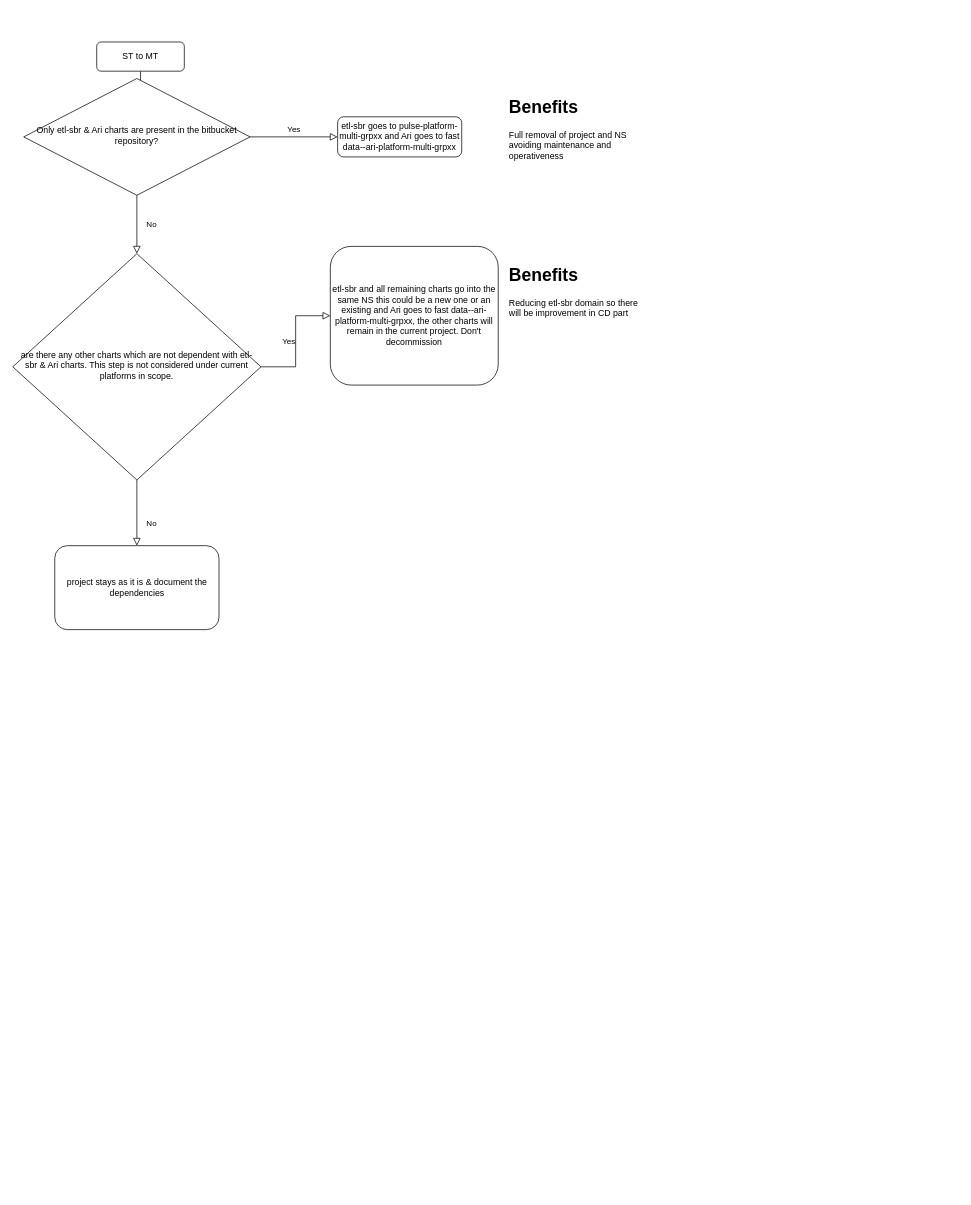
The draw.io diagram Diagrama sin título.drawio in lgarzon2304/flatris, before the edit. Source tidied: cells renumbered, new cells numbered last; positions are measured from the earlier drawing's top-left corner, leaving out a move shared by most shapes. Both pictures are drawn from the tidied source at 73%, with x=0, y=0 at pixel (12, 42).
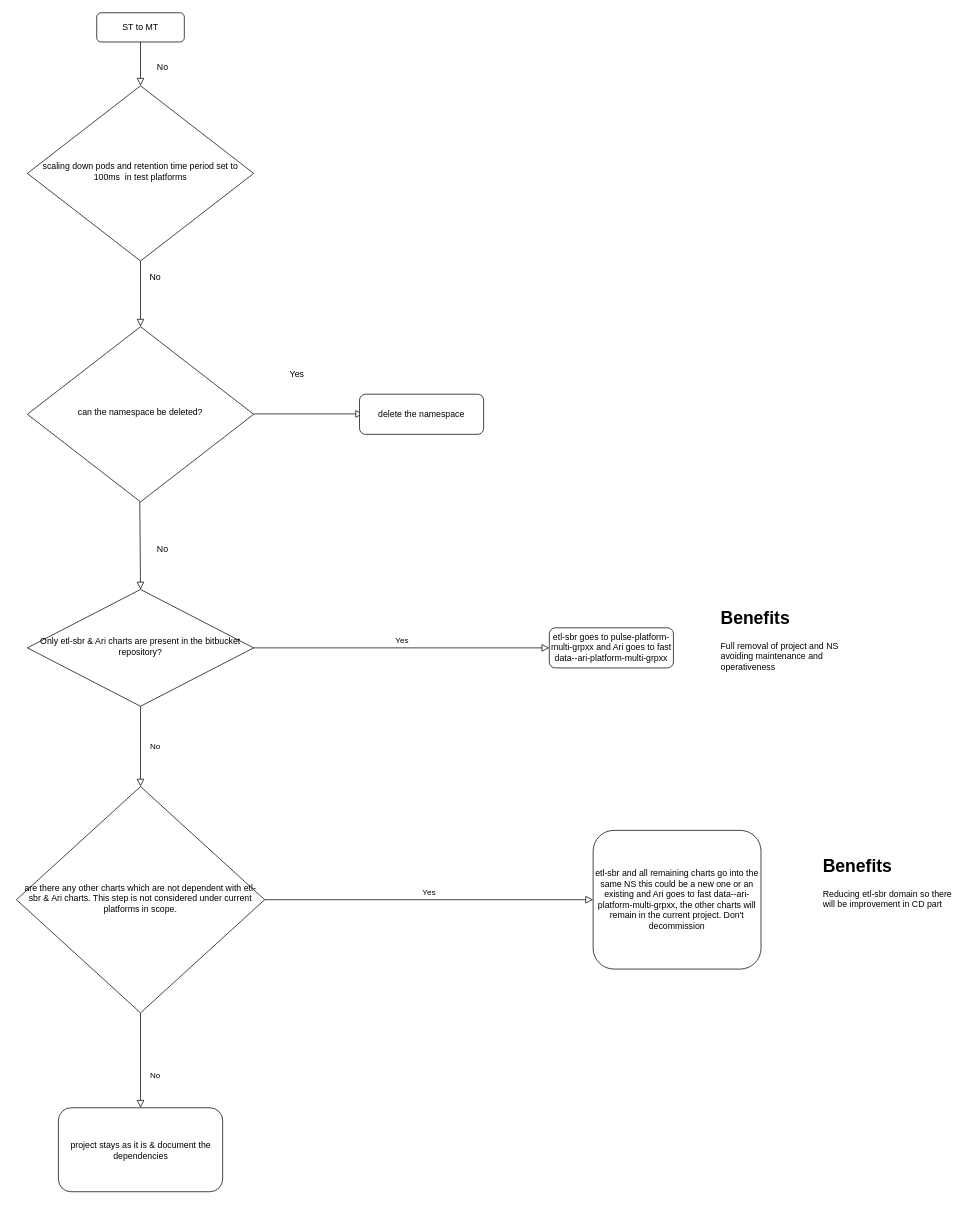
The same diagram, later.

Change to the diagram source:
```diff
@@
-    <mxCell id="2" style="rounded=0;html=1;jettySize=auto;fontSize=11;endArrow=block;endFill=0;endSize=8;strokeWidth=1;shadow=0;labelBackgroundColor=none;edgeStyle=orthogonalEdgeStyle;" parent="1" edge="1" source="3" target="6">
+    <mxCell id="2" style="rounded=0;html=1;jettySize=auto;fontSize=11;endArrow=block;endFill=0;endSize=8;strokeWidth=1;shadow=0;labelBackgroundColor=none;edgeStyle=orthogonalEdgeStyle;" parent="1" edge="1" source="3" target="15">
       <mxGeometry relative="1" as="geometry" />
     </mxCell>
     <mxCell id="3" value="ST to MT" style="rounded=1;whiteSpace=wrap;html=1;fontSize=12;glass=0;strokeWidth=1;shadow=0;" parent="1" vertex="1">
-      <mxGeometry x="115" width="120" height="40" as="geometry" />
+      <mxGeometry x="115" y="-40" width="120" height="40" as="geometry" />
     </mxCell>
@@
     <mxCell id="6" value="&lt;span style=&quot;text-align: start;&quot;&gt;&lt;/span&gt;&lt;span style=&quot;text-align: start;&quot;&gt;&lt;/span&gt;&lt;span style=&quot;text-align: start;&quot;&gt;&lt;/span&gt;Only etl-sbr &amp;amp; Ari charts are present in the bitbucket repository?" style="rhombus;whiteSpace=wrap;html=1;shadow=0;fontFamily=Helvetica;fontSize=12;align=center;strokeWidth=1;spacing=6;spacingTop=-4;" parent="1" vertex="1">
-      <mxGeometry x="15" y="50" width="310" height="160" as="geometry" />
+      <mxGeometry x="20" y="750" width="310" height="160" as="geometry" />
     </mxCell>
     <mxCell id="7" value="etl-sbr goes to pulse-platform-multi-grpxx and Ari goes to fast data--ari-platform-multi-grpxx" style="rounded=1;whiteSpace=wrap;html=1;fontSize=12;glass=0;strokeWidth=1;shadow=0;" parent="1" vertex="1">
-      <mxGeometry x="445" y="102.5" width="170" height="55" as="geometry" />
+      <mxGeometry x="735" y="802.5" width="170" height="55" as="geometry" />
     </mxCell>
@@
     <mxCell id="10" value="&lt;span style=&quot;text-align: start;&quot;&gt;&lt;/span&gt;are there any other charts which are not dependent with etl-sbr &amp;amp; Ari charts. This step is not considered under current platforms in scope." style="rhombus;whiteSpace=wrap;html=1;shadow=0;fontFamily=Helvetica;fontSize=12;align=center;strokeWidth=1;spacing=6;spacingTop=-4;" parent="1" vertex="1">
-      <mxGeometry y="290" width="340" height="310" as="geometry" />
+      <mxGeometry x="5" y="1020" width="340" height="310" as="geometry" />
     </mxCell>
     <mxCell id="11" value="project stays as it is &amp;amp; document the dependencies" style="rounded=1;whiteSpace=wrap;html=1;fontSize=12;glass=0;strokeWidth=1;shadow=0;" parent="1" vertex="1">
-      <mxGeometry x="57.5" y="690" width="225" height="115" as="geometry" />
+      <mxGeometry x="62.5" y="1460" width="225" height="115" as="geometry" />
     </mxCell>
     <mxCell id="12" value="etl-sbr and all remaining charts go into the same NS this could be a new one or an existing&amp;nbsp;and Ari goes to fast data--ari-platform-multi-grpxx, the other charts will remain in the current project. Don't decommission" style="rounded=1;whiteSpace=wrap;html=1;fontSize=12;glass=0;strokeWidth=1;shadow=0;" parent="1" vertex="1">
-      <mxGeometry x="435" y="280" width="230" height="190" as="geometry" />
+      <mxGeometry x="795" y="1080" width="230" height="190" as="geometry" />
     </mxCell>
     <mxCell id="13" value="&lt;h1&gt;Benefits&lt;span style=&quot;font-weight: 400;&quot;&gt;&lt;/span&gt;&lt;/h1&gt;&lt;div&gt;Full removal of project and NS avoiding maintenance and operativeness&lt;/div&gt;" style="text;html=1;strokeColor=none;fillColor=none;spacing=5;spacingTop=-20;whiteSpace=wrap;overflow=hidden;rounded=0;" parent="1" vertex="1">
-      <mxGeometry x="675" y="70" width="190" height="120" as="geometry" />
+      <mxGeometry x="965" y="770" width="190" height="120" as="geometry" />
     </mxCell>
     <mxCell id="14" value="&lt;h1&gt;Benefits&lt;span style=&quot;font-weight: 400;&quot;&gt;&lt;/span&gt;&lt;/h1&gt;&lt;div&gt;Reducing etl-sbr domain so there will be improvement in CD part&lt;/div&gt;" style="text;html=1;strokeColor=none;fillColor=none;spacing=5;spacingTop=-20;whiteSpace=wrap;overflow=hidden;rounded=0;" parent="1" vertex="1">
-      <mxGeometry x="675" y="300" width="190" height="120" as="geometry" />
+      <mxGeometry x="1105" y="1110" width="190" height="120" as="geometry" />
     </mxCell>
+    <mxCell id="15" value="&lt;span style=&quot;text-align: start;&quot;&gt;&lt;/span&gt;&lt;span style=&quot;text-align: start;&quot;&gt;&lt;/span&gt;scaling down pods and retention time period set to 100ms &amp;nbsp;in test platforms" style="rhombus;whiteSpace=wrap;html=1;shadow=0;fontFamily=Helvetica;fontSize=12;align=center;strokeWidth=1;spacing=6;spacingTop=-4;" parent="1" vertex="1">
+      <mxGeometry x="20" y="60" width="310" height="240" as="geometry" />
+    </mxCell>
+    <mxCell id="16" value="&lt;span style=&quot;text-align: start;&quot;&gt;&lt;/span&gt;&lt;span style=&quot;text-align: start;&quot;&gt;&lt;/span&gt;can the namespace be deleted?" style="rhombus;whiteSpace=wrap;html=1;shadow=0;fontFamily=Helvetica;fontSize=12;align=center;strokeWidth=1;spacing=6;spacingTop=-4;" parent="1" vertex="1">
+      <mxGeometry x="20" y="390" width="310" height="240" as="geometry" />
+    </mxCell>
+    <mxCell id="17" value="No" style="text;html=1;align=center;verticalAlign=middle;strokeColor=none;fillColor=none;" parent="1" vertex="1">
+      <mxGeometry x="175" y="308" width="40" height="30" as="geometry" />
+    </mxCell>
+    <mxCell id="18" style="rounded=0;html=1;jettySize=auto;orthogonalLoop=1;fontSize=11;endArrow=block;endFill=0;endSize=8;strokeWidth=1;shadow=0;labelBackgroundColor=none;edgeStyle=orthogonalEdgeStyle;" parent="1" edge="1">
+      <mxGeometry relative="1" as="geometry">
+        <mxPoint x="175" y="300" as="sourcePoint" />
+        <mxPoint x="175" y="390" as="targetPoint" />
+      </mxGeometry>
+    </mxCell>
+    <mxCell id="19" value="No" style="text;html=1;align=center;verticalAlign=middle;strokeColor=none;fillColor=none;" parent="1" vertex="1">
+      <mxGeometry x="185" y="20" width="40" height="30" as="geometry" />
+    </mxCell>
+    <mxCell id="20" style="rounded=0;html=1;jettySize=auto;fontSize=11;endArrow=block;endFill=0;endSize=8;strokeWidth=1;shadow=0;labelBackgroundColor=none;edgeStyle=orthogonalEdgeStyle;entryX=0.5;entryY=0;entryDx=0;entryDy=0;" parent="1" edge="1" target="6">
+      <mxGeometry relative="1" as="geometry">
+        <mxPoint x="174" y="630" as="sourcePoint" />
+      </mxGeometry>
+    </mxCell>
+    <mxCell id="21" value="No" style="text;html=1;align=center;verticalAlign=middle;strokeColor=none;fillColor=none;" parent="1" vertex="1">
+      <mxGeometry x="185" y="680" width="40" height="30" as="geometry" />
+    </mxCell>
+    <mxCell id="22" style="rounded=0;html=1;jettySize=auto;orthogonalLoop=1;fontSize=11;endArrow=block;endFill=0;endSize=8;strokeWidth=1;shadow=0;labelBackgroundColor=none;edgeStyle=orthogonalEdgeStyle;" parent="1" edge="1">
+      <mxGeometry relative="1" as="geometry">
+        <mxPoint x="330" y="509.5" as="sourcePoint" />
+        <mxPoint x="480" y="509.5" as="targetPoint" />
+      </mxGeometry>
+    </mxCell>
+    <mxCell id="23" value="Yes" style="text;html=1;align=center;verticalAlign=middle;strokeColor=none;fillColor=none;" parent="1" vertex="1">
+      <mxGeometry x="369" y="440" width="40" height="30" as="geometry" />
+    </mxCell>
+    <mxCell id="24" value="delete the namespace" style="rounded=1;whiteSpace=wrap;html=1;fontSize=12;glass=0;strokeWidth=1;shadow=0;" parent="1" vertex="1">
+      <mxGeometry x="475" y="482.5" width="170" height="55" as="geometry" />
+    </mxCell>
```
